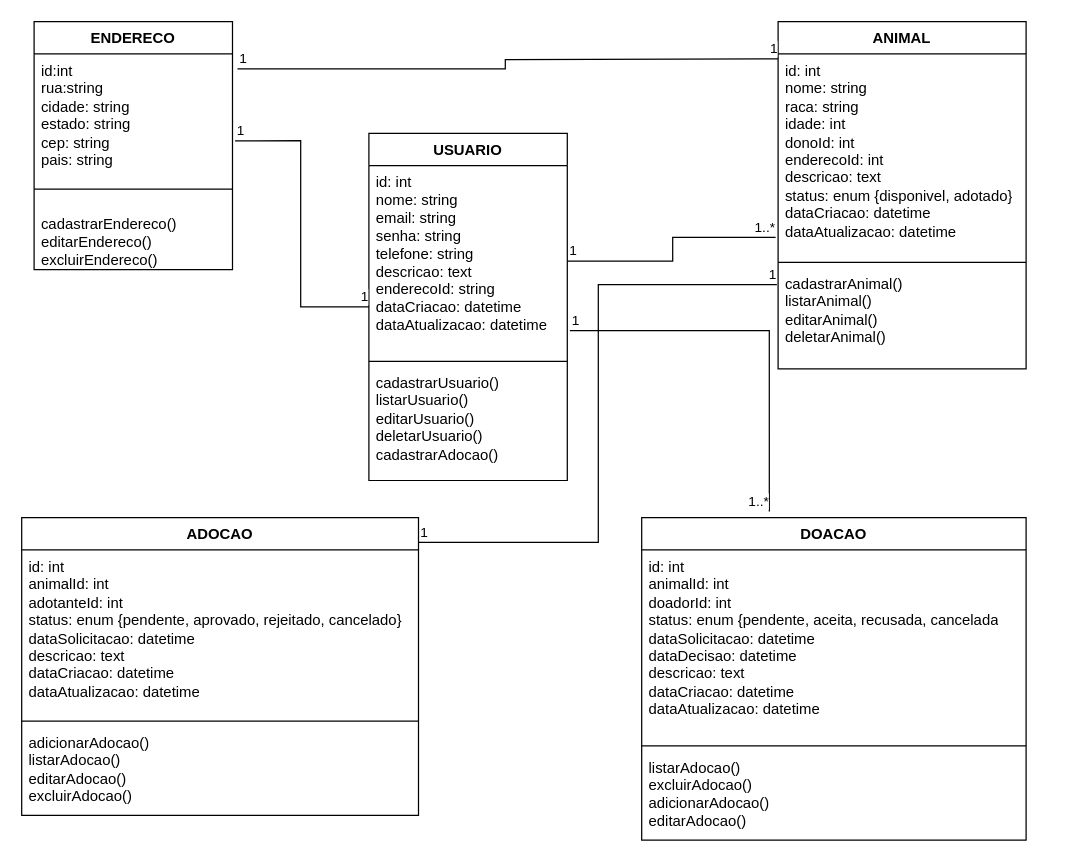
This is diagrama de classes.drawio from jpsilvaterra/petmatch, a draw.io file, before an edit. Source tidied: cells renumbered, new cells numbered last; positions are measured from the earlier drawing's top-left corner, leaving out a move shared by most shapes. Both pictures are drawn from the tidied source at 124%, with x=0, y=0 at pixel (21, 21).
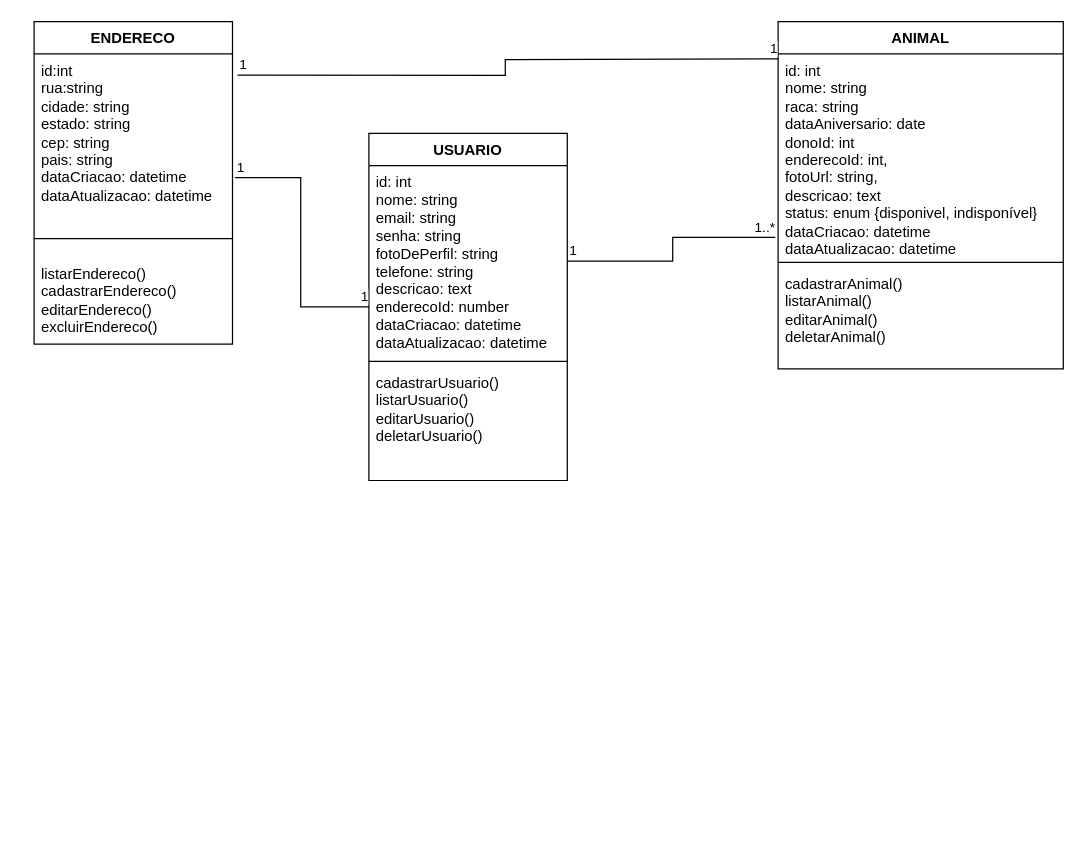
The same page after the edit.

Commit message:
atualização do diagrama de classes(não finalizado)

Unchanged cells that the change refers to:
```xml
<mxCell id="6" value="USUARIO" style="swimlane;fontStyle=1;align=center;verticalAlign=top;horizontal=1;startSize=26;whiteSpace=wrap;html=1;" parent="1" vertex="1">
  <mxGeometry x="280" y="90" width="160" height="280" as="geometry" />
</mxCell>
```

The edit, as a diff of the source:
```diff
@@
     <mxCell id="2" value="ENDERECO" style="swimlane;fontStyle=1;align=center;verticalAlign=top;horizontal=1;startSize=26;whiteSpace=wrap;html=1;" parent="1" vertex="1">
-      <mxGeometry x="10" width="160" height="200" as="geometry" />
+      <mxGeometry x="10" width="160" height="260" as="geometry" />
     </mxCell>
-    <mxCell id="3" value="id:int&lt;div&gt;rua:string&lt;/div&gt;&lt;div&gt;cidade: string&lt;/div&gt;&lt;div&gt;estado: string&lt;/div&gt;&lt;div&gt;cep: string&lt;/div&gt;&lt;div&gt;pais: string&lt;/div&gt;" style="text;strokeColor=none;fillColor=none;align=left;verticalAlign=top;spacingLeft=4;spacingRight=4;overflow=hidden;points=[[0,0.5],[1,0.5]];portConstraint=eastwest;whiteSpace=wrap;html=1;" parent="2" vertex="1">
-      <mxGeometry y="26" width="160" height="94" as="geometry" />
+    <mxCell id="3" value="id:int&lt;div&gt;rua:string&lt;/div&gt;&lt;div&gt;cidade: string&lt;/div&gt;&lt;div&gt;estado: string&lt;/div&gt;&lt;div&gt;cep: string&lt;/div&gt;&lt;div&gt;pais: string&lt;/div&gt;&lt;div&gt;&lt;div&gt;dataCriacao: datetime&lt;/div&gt;&lt;div&gt;dataAtualizacao: datetime&lt;/div&gt;&lt;/div&gt;" style="text;strokeColor=none;fillColor=none;align=left;verticalAlign=top;spacingLeft=4;spacingRight=4;overflow=hidden;points=[[0,0.5],[1,0.5]];portConstraint=eastwest;whiteSpace=wrap;html=1;" parent="2" vertex="1">
+      <mxGeometry y="26" width="160" height="134" as="geometry" />
     </mxCell>
     <mxCell id="4" style="line;strokeWidth=1;fillColor=none;align=left;verticalAlign=middle;spacingTop=-1;spacingLeft=3;spacingRight=3;labelPosition=right;strokeColor=inherit;" parent="2" vertex="1">
-      <mxGeometry y="120" width="160" height="30" as="geometry" />
+      <mxGeometry y="160" width="160" height="30" as="geometry" />
     </mxCell>
-    <mxCell id="5" value="cadastrarEndereco()&lt;div&gt;editarEndereco()&lt;/div&gt;&lt;div&gt;excluirEndereco()&lt;/div&gt;" style="text;strokeColor=none;fillColor=none;align=left;verticalAlign=top;spacingLeft=4;spacingRight=4;overflow=hidden;whiteSpace=wrap;html=1;" parent="2" vertex="1">
-      <mxGeometry y="150" width="160" height="50" as="geometry" />
+    <mxCell id="5" value="&lt;div&gt;listarEndereco()&lt;/div&gt;cadastrarEndereco()&lt;div&gt;editarEndereco()&lt;/div&gt;&lt;div&gt;excluirEndereco()&lt;/div&gt;" style="text;strokeColor=none;fillColor=none;align=left;verticalAlign=top;spacingLeft=4;spacingRight=4;overflow=hidden;whiteSpace=wrap;html=1;" parent="2" vertex="1">
+      <mxGeometry y="190" width="160" height="70" as="geometry" />
     </mxCell>
@@
-    <mxCell id="7" value="id: int&lt;div&gt;nome: string&lt;/div&gt;&lt;div&gt;email: string&lt;/div&gt;&lt;div&gt;senha: string&lt;/div&gt;&lt;div&gt;telefone: string&lt;/div&gt;&lt;div&gt;descricao: text&lt;/div&gt;&lt;div&gt;enderecoId: string&lt;/div&gt;&lt;div&gt;dataCriacao: datetime&lt;/div&gt;&lt;div&gt;dataAtualizacao: datetime&lt;/div&gt;" style="text;strokeColor=none;fillColor=none;align=left;verticalAlign=top;spacingLeft=4;spacingRight=4;overflow=hidden;points=[[0,0.5],[1,0.5]];portConstraint=eastwest;whiteSpace=wrap;html=1;" parent="6" vertex="1">
+    <mxCell id="7" value="id: int&lt;div&gt;nome: string&lt;/div&gt;&lt;div&gt;email: string&lt;/div&gt;&lt;div&gt;senha: string&lt;/div&gt;&lt;div&gt;fotoDePerfil: string&lt;/div&gt;&lt;div&gt;telefone: string&lt;/div&gt;&lt;div&gt;descricao: text&lt;/div&gt;&lt;div&gt;enderecoId: number&lt;/div&gt;&lt;div&gt;dataCriacao: datetime&lt;/div&gt;&lt;div&gt;dataAtualizacao: datetime&lt;/div&gt;" style="text;strokeColor=none;fillColor=none;align=left;verticalAlign=top;spacingLeft=4;spacingRight=4;overflow=hidden;points=[[0,0.5],[1,0.5]];portConstraint=eastwest;whiteSpace=wrap;html=1;" parent="6" vertex="1">
       <mxGeometry y="26" width="160" height="154" as="geometry" />
     </mxCell>
@@
-    <mxCell id="9" value="cadastrarUsuario()&lt;div&gt;listarUsuario()&lt;/div&gt;&lt;div&gt;editarUsuario()&lt;/div&gt;&lt;div&gt;deletarUsuario()&lt;/div&gt;&lt;div&gt;cadastrarAdocao()&lt;/div&gt;" style="text;strokeColor=none;fillColor=none;align=left;verticalAlign=top;spacingLeft=4;spacingRight=4;overflow=hidden;whiteSpace=wrap;html=1;" parent="6" vertex="1">
+    <mxCell id="9" value="cadastrarUsuario()&lt;div&gt;listarUsuario()&lt;/div&gt;&lt;div&gt;editarUsuario()&lt;/div&gt;&lt;div&gt;deletarUsuario()&lt;/div&gt;" style="text;strokeColor=none;fillColor=none;align=left;verticalAlign=top;spacingLeft=4;spacingRight=4;overflow=hidden;whiteSpace=wrap;html=1;" parent="6" vertex="1">
       <mxGeometry y="188" width="160" height="92" as="geometry" />
     </mxCell>
     <mxCell id="10" value="ANIMAL" style="swimlane;fontStyle=1;align=center;verticalAlign=top;horizontal=1;startSize=26;whiteSpace=wrap;html=1;" parent="1" vertex="1">
-      <mxGeometry x="610" width="200" height="280" as="geometry" />
+      <mxGeometry x="610" width="230" height="280" as="geometry" />
     </mxCell>
-    <mxCell id="11" value="id: int&lt;div&gt;nome: string&lt;/div&gt;&lt;div&gt;raca: string&lt;/div&gt;&lt;div&gt;idade: int&lt;/div&gt;&lt;div&gt;donoId: int&lt;/div&gt;&lt;div&gt;enderecoId: int&lt;/div&gt;&lt;div&gt;descricao: text&lt;/div&gt;&lt;div&gt;status: enum {disponivel, adotado}&lt;/div&gt;&lt;div&gt;dataCriacao: datetime&lt;/div&gt;&lt;div&gt;dataAtualizacao: datetime&lt;/div&gt;" style="text;strokeColor=none;fillColor=none;align=left;verticalAlign=top;spacingLeft=4;spacingRight=4;overflow=hidden;points=[[0,0.5],[1,0.5]];portConstraint=eastwest;whiteSpace=wrap;html=1;" parent="10" vertex="1">
-      <mxGeometry y="26" width="200" height="164" as="geometry" />
+    <mxCell id="11" value="id: int&lt;div&gt;nome: string&lt;/div&gt;&lt;div&gt;raca: string&lt;/div&gt;&lt;div&gt;dataAniversario: date&lt;/div&gt;&lt;div&gt;donoId: int&lt;/div&gt;&lt;div&gt;enderecoId: int,&lt;/div&gt;&lt;div&gt;fotoUrl: string,&lt;/div&gt;&lt;div&gt;descricao: text&lt;/div&gt;&lt;div&gt;status: enum {disponivel, indisponível}&lt;/div&gt;&lt;div&gt;dataCriacao: datetime&lt;/div&gt;&lt;div&gt;dataAtualizacao: datetime&lt;/div&gt;" style="text;strokeColor=none;fillColor=none;align=left;verticalAlign=top;spacingLeft=4;spacingRight=4;overflow=hidden;points=[[0,0.5],[1,0.5]];portConstraint=eastwest;whiteSpace=wrap;html=1;" parent="10" vertex="1">
+      <mxGeometry y="26" width="230" height="164" as="geometry" />
     </mxCell>
     <mxCell id="12" style="line;strokeWidth=1;fillColor=none;align=left;verticalAlign=middle;spacingTop=-1;spacingLeft=3;spacingRight=3;labelPosition=right;strokeColor=inherit;" parent="10" vertex="1">
-      <mxGeometry y="190" width="200" height="8" as="geometry" />
+      <mxGeometry y="190" width="230" height="8" as="geometry" />
     </mxCell>
     <mxCell id="13" value="cadastrarAnimal()&lt;div&gt;listarAnimal()&lt;/div&gt;&lt;div&gt;editarAnimal()&lt;/div&gt;&lt;div&gt;deletarAnimal()&lt;/div&gt;" style="text;strokeColor=none;fillColor=none;align=left;verticalAlign=top;spacingLeft=4;spacingRight=4;overflow=hidden;points=[[0,0.5],[1,0.5]];portConstraint=eastwest;whiteSpace=wrap;html=1;" parent="10" vertex="1">
-      <mxGeometry y="198" width="200" height="82" as="geometry" />
+      <mxGeometry y="198" width="230" height="82" as="geometry" />
     </mxCell>
-    <mxCell id="14" value="ADOCAO" style="swimlane;fontStyle=1;align=center;verticalAlign=top;horizontal=1;startSize=26;whiteSpace=wrap;html=1;" parent="1" vertex="1">
-      <mxGeometry y="400" width="320" height="240" as="geometry" />
-    </mxCell>
-    <mxCell id="15" value="id: int&lt;div&gt;animalId: int&lt;/div&gt;&lt;div&gt;adotanteId: int&lt;/div&gt;&lt;div&gt;status: enum {pendente, aprovado, rejeitado, cancelado}&lt;/div&gt;&lt;div&gt;dataSolicitacao: datetime&lt;/div&gt;&lt;div&gt;descricao: text&lt;/div&gt;&lt;div&gt;dataCriacao: datetime&lt;/div&gt;&lt;div&gt;dataAtualizacao: datetime&lt;/div&gt;" style="text;strokeColor=none;fillColor=none;align=left;verticalAlign=top;spacingLeft=4;spacingRight=4;overflow=hidden;whiteSpace=wrap;html=1;" parent="14" vertex="1">
-      <mxGeometry y="26" width="320" height="134" as="geometry" />
-    </mxCell>
-    <mxCell id="16" style="line;strokeWidth=1;fillColor=none;align=left;verticalAlign=middle;spacingTop=-1;spacingLeft=3;spacingRight=3;labelPosition=right;strokeColor=inherit;" parent="14" vertex="1">
-      <mxGeometry y="160" width="320" height="8" as="geometry" />
-    </mxCell>
-    <mxCell id="17" value="adicionarAdocao()&lt;div&gt;listarAdocao()&lt;/div&gt;&lt;div&gt;editarAdocao()&lt;/div&gt;&lt;div&gt;excluirAdocao()&lt;/div&gt;" style="text;strokeColor=none;fillColor=none;align=left;verticalAlign=top;spacingLeft=4;spacingRight=4;overflow=hidden;whiteSpace=wrap;html=1;" parent="14" vertex="1">
-      <mxGeometry y="168" width="320" height="72" as="geometry" />
-    </mxCell>
-    <mxCell id="18" value="DOACAO" style="swimlane;fontStyle=1;align=center;verticalAlign=top;horizontal=1;startSize=26;whiteSpace=wrap;html=1;" parent="1" vertex="1">
-      <mxGeometry x="500" y="400" width="310" height="260" as="geometry" />
-    </mxCell>
-    <mxCell id="19" value="id: int&lt;div&gt;animalId: int&lt;/div&gt;&lt;div&gt;doadorId: int&lt;/div&gt;&lt;div&gt;status: enum {pendente, aceita, recusada, cancelada&lt;/div&gt;&lt;div&gt;dataSolicitacao: datetime&lt;/div&gt;&lt;div&gt;dataDecisao: datetime&lt;/div&gt;&lt;div&gt;descricao: text&lt;/div&gt;&lt;div&gt;dataCriacao: datetime&lt;/div&gt;&lt;div&gt;dataAtualizacao: datetime&lt;/div&gt;" style="text;strokeColor=none;fillColor=none;align=left;verticalAlign=top;spacingLeft=4;spacingRight=4;overflow=hidden;whiteSpace=wrap;html=1;" parent="18" vertex="1">
-      <mxGeometry y="26" width="310" height="154" as="geometry" />
-    </mxCell>
-    <mxCell id="20" style="line;strokeWidth=1;fillColor=none;align=left;verticalAlign=middle;spacingTop=-1;spacingLeft=3;spacingRight=3;labelPosition=right;strokeColor=inherit;" parent="18" vertex="1">
-      <mxGeometry y="180" width="310" height="8" as="geometry" />
-    </mxCell>
-    <mxCell id="21" value="listarAdocao()&lt;div&gt;excluirAdocao()&lt;/div&gt;&lt;div&gt;adicionarAdocao()&lt;/div&gt;&lt;div&gt;editarAdocao()&lt;/div&gt;" style="text;strokeColor=none;fillColor=none;align=left;verticalAlign=top;spacingLeft=4;spacingRight=4;overflow=hidden;whiteSpace=wrap;html=1;" parent="18" vertex="1">
-      <mxGeometry y="188" width="310" height="72" as="geometry" />
-    </mxCell>
@@
-    <mxCell id="31" style="endArrow=none;html=1;edgeStyle=orthogonalEdgeStyle;rounded=0;exitX=1.013;exitY=0.864;exitDx=0;exitDy=0;exitPerimeter=0;entryX=0.332;entryY=-0.019;entryDx=0;entryDy=0;entryPerimeter=0;" parent="1" edge="1" source="7" target="18">
-      <mxGeometry relative="1" as="geometry" />
-    </mxCell>
-    <mxCell id="32" value="1" style="edgeLabel;html=1;align=left;verticalAlign=bottom;" parent="31" vertex="1">
-      <mxGeometry x="-1" relative="1" as="geometry" />
-    </mxCell>
-    <mxCell id="33" value="1..*" style="edgeLabel;html=1;align=right;verticalAlign=bottom;" parent="31" vertex="1">
-      <mxGeometry x="1" relative="1" as="geometry" />
-    </mxCell>
-    <mxCell id="34" style="endArrow=none;html=1;edgeStyle=orthogonalEdgeStyle;rounded=0;exitX=1;exitY=0.083;exitDx=0;exitDy=0;exitPerimeter=0;entryX=-0.005;entryY=0.171;entryDx=0;entryDy=0;entryPerimeter=0;" parent="1" edge="1" source="14" target="13">
-      <mxGeometry relative="1" as="geometry" />
-    </mxCell>
-    <mxCell id="35" value="1" style="edgeLabel;html=1;align=left;verticalAlign=bottom;" parent="34" vertex="1">
-      <mxGeometry x="-1" relative="1" as="geometry" />
-    </mxCell>
-    <mxCell id="36" value="1" style="edgeLabel;html=1;align=right;verticalAlign=bottom;" parent="34" vertex="1">
-      <mxGeometry x="1" relative="1" as="geometry" />
-    </mxCell>
```
